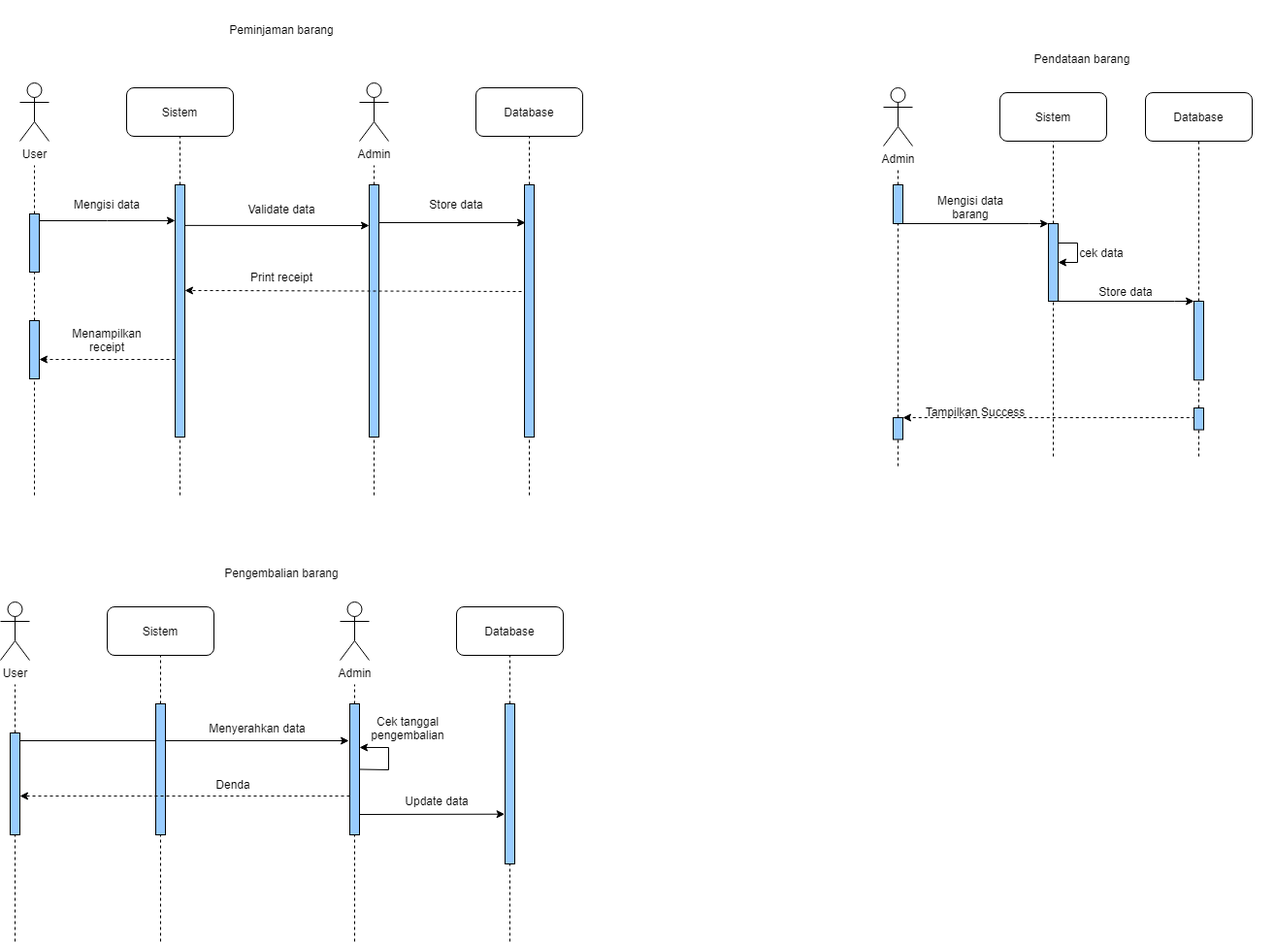
This is diagrams/Sequence Diagram.drawio.png from johannfac/aplikasipeminjamanaset, a draw.io export, as it was before one commit. Source tidied: cells renumbered, new cells last; positions are measured from the earlier drawing's top-left corner, leaving out a move shared by most shapes.
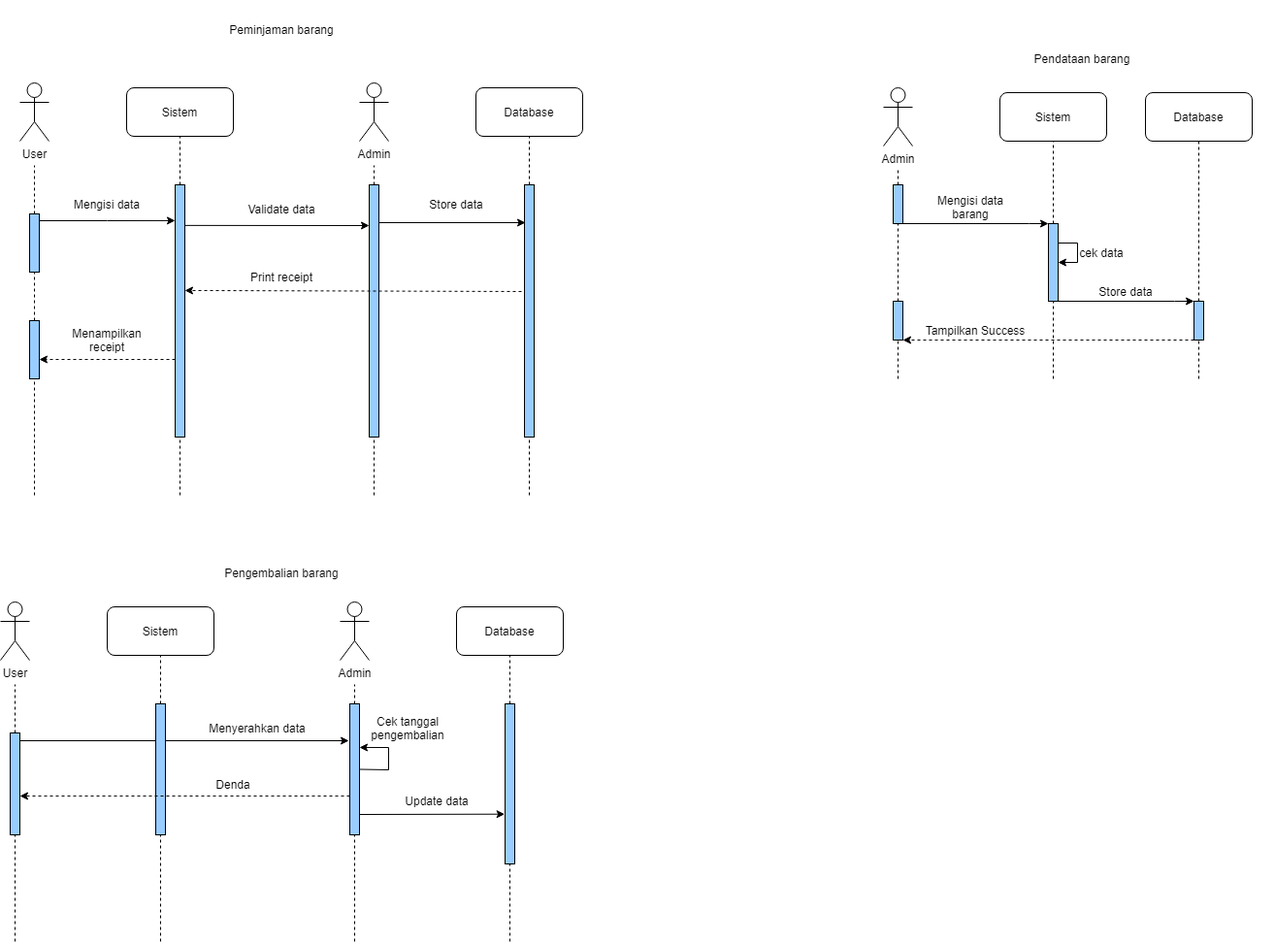
Later version of the same file.

Change to the diagram source:
```diff
@@ -185,7 +185,7 @@
       <mxGeometry relative="1" as="geometry" />
     </mxCell>
     <mxCell id="48" style="rounded=0;whiteSpace=wrap;html=1;fillColor=#99CCFF;" parent="1" vertex="1">
-      <mxGeometry x="1230" y="310" width="10" height="81.2" as="geometry" />
+      <mxGeometry x="1230" y="310" width="10" height="40" as="geometry" />
     </mxCell>
     <mxCell id="49" style="edgeStyle=orthogonalEdgeStyle;rounded=0;orthogonalLoop=1;jettySize=auto;html=1;exitX=0.5;exitY=1;exitDx=0;exitDy=0;dashed=1;" parent="1" edge="1">
       <mxGeometry relative="1" as="geometry">
@@ -195,41 +195,31 @@
     </mxCell>
     <mxCell id="50" style="endArrow=none;dashed=1;html=1;rounded=0;" parent="1" edge="1" target="42">
       <mxGeometry relative="1" as="geometry">
-        <mxPoint x="1085" y="470" as="sourcePoint" />
+        <mxPoint x="1085" y="390" as="sourcePoint" />
       </mxGeometry>
     </mxCell>
-    <mxCell id="51" style="endArrow=none;dashed=1;html=1;rounded=0;exitX=0.5;exitY=0;exitDx=0;exitDy=0;" parent="1" edge="1" source="53" target="48">
-      <mxGeometry relative="1" as="geometry" />
+    <mxCell id="51" style="endArrow=none;dashed=1;html=1;rounded=0;" parent="1" edge="1" target="48">
+      <mxGeometry relative="1" as="geometry">
+        <mxPoint x="1235" y="390" as="sourcePoint" />
+      </mxGeometry>
     </mxCell>
-    <mxCell id="52" style="edgeStyle=orthogonalEdgeStyle;rounded=0;jettySize=auto;html=1;entryX=1;entryY=0;entryDx=0;entryDy=0;dashed=1;exitX=0;exitY=0.5;exitDx=0;exitDy=0;" parent="1" edge="1" source="53" target="56">
+    <mxCell id="52" style="edgeStyle=orthogonalEdgeStyle;rounded=0;jettySize=auto;html=1;dashed=1;exitX=0;exitY=1;exitDx=0;exitDy=0;entryX=1;entryY=1;entryDx=0;entryDy=0;" parent="1" edge="1" source="48" target="56">
       <mxGeometry relative="1" as="geometry">
         <Array as="points">
-          <mxPoint x="1230" y="430" />
+          <mxPoint x="1040" y="350" />
+          <mxPoint x="1040" y="350" />
         </Array>
       </mxGeometry>
     </mxCell>
-    <mxCell id="53" style="rounded=0;whiteSpace=wrap;html=1;fillColor=#99CCFF;" parent="1" vertex="1">
-      <mxGeometry x="1230" y="420" width="10" height="22.5" as="geometry" />
-    </mxCell>
-    <mxCell id="54" style="endArrow=none;dashed=1;html=1;rounded=0;startArrow=none;" parent="1" edge="1" source="56">
-      <mxGeometry relative="1" as="geometry">
-        <mxPoint x="925" y="450" as="targetPoint" />
-      </mxGeometry>
-    </mxCell>
-    <mxCell id="55" style="endArrow=none;dashed=1;html=1;rounded=0;entryX=0.5;entryY=1;entryDx=0;entryDy=0;" parent="1" edge="1" target="53">
-      <mxGeometry relative="1" as="geometry">
-        <mxPoint x="1235" y="470" as="sourcePoint" />
-      </mxGeometry>
-    </mxCell>
     <mxCell id="56" style="rounded=0;whiteSpace=wrap;html=1;fillColor=#99CCFF;" parent="1" vertex="1">
-      <mxGeometry x="920" y="430" width="10" height="22.5" as="geometry" />
+      <mxGeometry x="920" y="310" width="10" height="40" as="geometry" />
     </mxCell>
     <mxCell id="57" value="Tampilkan Success" style="text;html=1;strokeColor=none;fillColor=none;align=center;verticalAlign=middle;whiteSpace=wrap;rounded=0;" parent="1" vertex="1">
-      <mxGeometry x="950" y="417.5" width="110" height="12.5" as="geometry" />
+      <mxGeometry x="950" y="330" width="110" height="20" as="geometry" />
     </mxCell>
     <mxCell id="58" style="endArrow=none;dashed=1;html=1;rounded=0;entryX=0.5;entryY=1;entryDx=0;entryDy=0;" parent="1" edge="1" target="56">
       <mxGeometry relative="1" as="geometry">
-        <mxPoint x="925" y="480" as="sourcePoint" />
+        <mxPoint x="925" y="390" as="sourcePoint" />
       </mxGeometry>
     </mxCell>
     <mxCell id="59" value="cek data" style="text;html=1;strokeColor=none;fillColor=none;align=center;verticalAlign=middle;whiteSpace=wrap;rounded=0;" parent="1" vertex="1">
```
